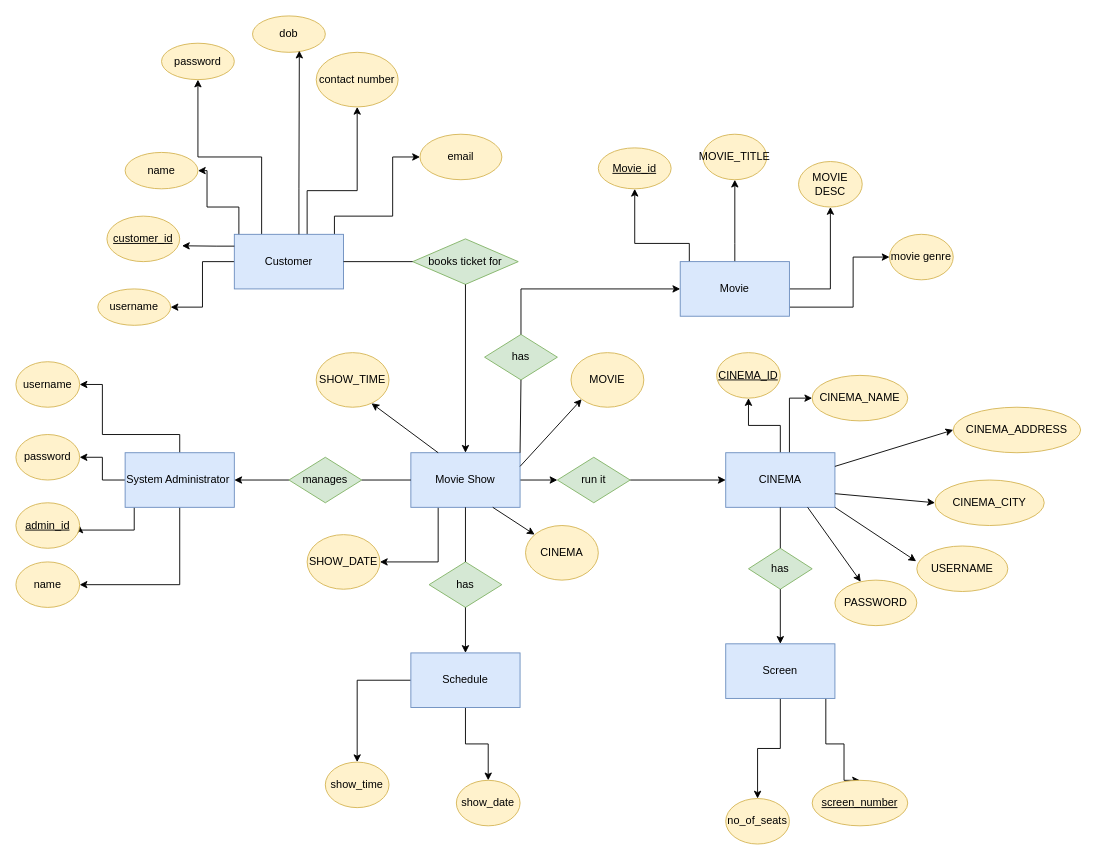
Earlier version of the draw.io diagram page "Page-2" (2 of 2) of usecase diagram.drawio (abhihksd/MovieBookingWebsite). Source tidied: cells renumbered, new cells numbered last; positions are measured from the earlier drawing's top-left corner, leaving out a move shared by most shapes. Both pictures are drawn from the tidied source at 91%, with x=0, y=0 at pixel (15, 15).
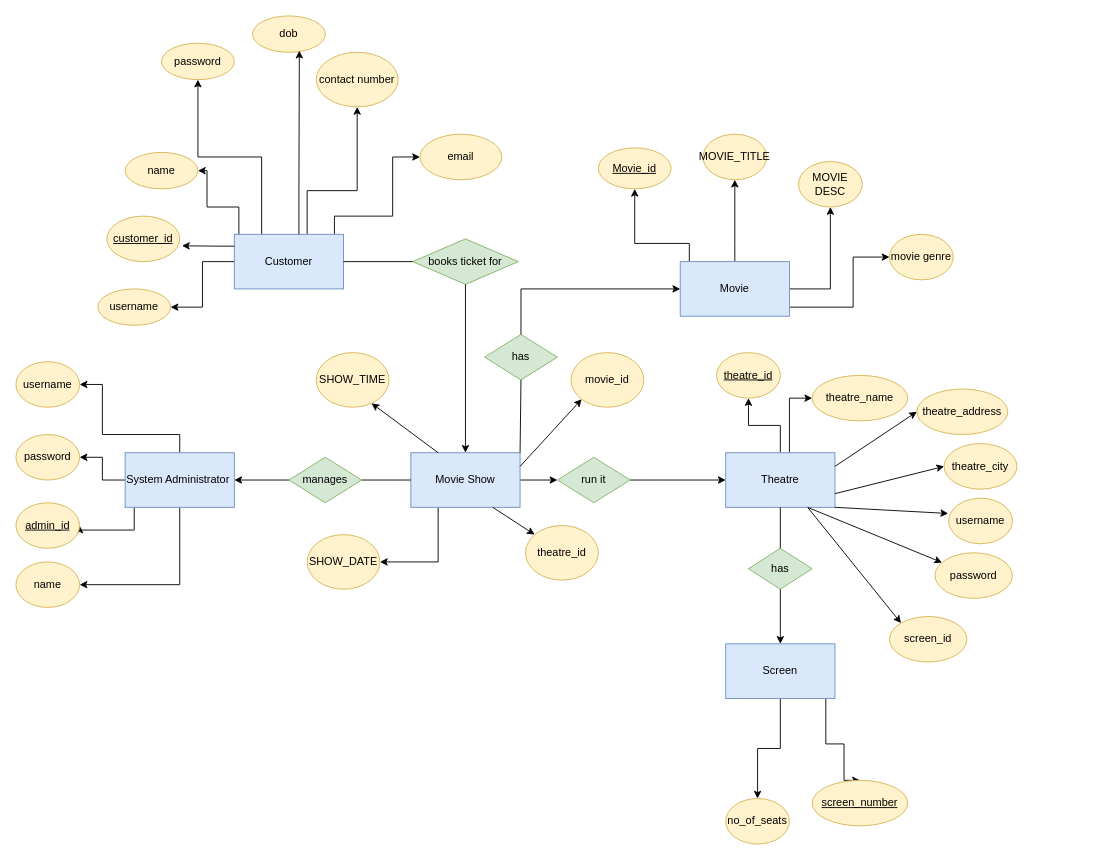
After the change.

The change refers to these unchanged cells:
```xml
<mxCell id="4" value="Movie Show" style="rounded=0;whiteSpace=wrap;html=1;fillColor=#dae8fc;strokeColor=#6c8ebf;" parent="1" vertex="1">
  <mxGeometry x="434" y="480" width="120" height="60" as="geometry" />
</mxCell>
```

What changed in the source:
```diff
@@
+    <mxCell id="85" style="rounded=0;jettySize=auto;html=1;exitX=0.75;exitY=1;exitDx=0;exitDy=0;entryX=0;entryY=0;entryDx=0;entryDy=0;" parent="1" edge="1" source="13" target="86">
+      <mxGeometry relative="1" as="geometry" />
+    </mxCell>
-    <mxCell id="13" value="CINEMA" style="rounded=0;whiteSpace=wrap;html=1;fillColor=#dae8fc;strokeColor=#6c8ebf;" parent="1" vertex="1">
+    <mxCell id="13" value="Theatre" style="rounded=0;whiteSpace=wrap;html=1;fillColor=#dae8fc;strokeColor=#6c8ebf;" parent="1" vertex="1">
       <mxGeometry x="780" y="480" width="120" height="60" as="geometry" />
     </mxCell>
-    <mxCell id="14" style="edgeStyle=orthogonalEdgeStyle;rounded=0;jettySize=auto;html=1;entryX=0.5;entryY=0;entryDx=0;entryDy=0;" parent="1" edge="1" source="16" target="57">
-      <mxGeometry relative="1" as="geometry" />
-    </mxCell>
-    <mxCell id="15" style="edgeStyle=orthogonalEdgeStyle;rounded=0;jettySize=auto;html=1;entryX=0.5;entryY=0;entryDx=0;entryDy=0;" parent="1" edge="1" source="16" target="58">
-      <mxGeometry relative="1" as="geometry" />
-    </mxCell>
-    <mxCell id="16" value="Schedule" style="rounded=0;whiteSpace=wrap;html=1;fillColor=#dae8fc;strokeColor=#6c8ebf;" parent="1" vertex="1">
-      <mxGeometry x="434" y="700" width="120" height="60" as="geometry" />
-    </mxCell>
@@
-    <mxCell id="29" value="has" style="rhombus;whiteSpace=wrap;html=1;fillColor=#d5e8d4;strokeColor=#82b366;" parent="1" vertex="1">
-      <mxGeometry x="454" y="600" width="80" height="50" as="geometry" />
-    </mxCell>
@@
-    <mxCell id="37" style="endArrow=none;html=1;rounded=0;entryX=0.5;entryY=1;entryDx=0;entryDy=0;exitX=0.5;exitY=0;exitDx=0;exitDy=0;" parent="1" edge="1" source="29" target="4">
-      <mxGeometry relative="1" as="geometry" />
-    </mxCell>
-    <mxCell id="38" style="endArrow=classic;html=1;rounded=0;exitX=0.5;exitY=1;exitDx=0;exitDy=0;" parent="1" edge="1" source="29" target="16">
-      <mxGeometry relative="1" as="geometry" />
-    </mxCell>
@@
-    <mxCell id="57" value="show_time" style="ellipse;whiteSpace=wrap;html=1;fillColor=#fff2cc;strokeColor=#d6b656;" parent="1" vertex="1">
-      <mxGeometry x="340" y="820" width="70" height="50" as="geometry" />
-    </mxCell>
-    <mxCell id="58" value="show_date" style="ellipse;whiteSpace=wrap;html=1;fillColor=#fff2cc;strokeColor=#d6b656;" parent="1" vertex="1">
-      <mxGeometry x="484" y="840" width="70" height="50" as="geometry" />
-    </mxCell>
@@
-    <mxCell id="61" value="&lt;u&gt;CINEMA_ID&lt;/u&gt;" style="ellipse;whiteSpace=wrap;html=1;fillColor=#fff2cc;strokeColor=#d6b656;" parent="1" vertex="1">
+    <mxCell id="61" value="&lt;u&gt;theatre_id&lt;/u&gt;" style="ellipse;whiteSpace=wrap;html=1;fillColor=#fff2cc;strokeColor=#d6b656;" parent="1" vertex="1">
       <mxGeometry x="770" y="370" width="70" height="50" as="geometry" />
     </mxCell>
-    <mxCell id="62" value="CINEMA_ADDRESS" style="ellipse;whiteSpace=wrap;html=1;fillColor=#fff2cc;strokeColor=#d6b656;" parent="1" vertex="1">
-      <mxGeometry x="1030" y="430" width="140" height="50" as="geometry" />
+    <mxCell id="62" value="theatre_address" style="ellipse;whiteSpace=wrap;html=1;fillColor=#fff2cc;strokeColor=#d6b656;" parent="1" vertex="1">
+      <mxGeometry x="990" y="410" width="100" height="50" as="geometry" />
     </mxCell>
-    <mxCell id="63" value="CINEMA_NAME" style="ellipse;whiteSpace=wrap;html=1;fillColor=#fff2cc;strokeColor=#d6b656;" parent="1" vertex="1">
+    <mxCell id="63" value="theatre_name" style="ellipse;whiteSpace=wrap;html=1;fillColor=#fff2cc;strokeColor=#d6b656;" parent="1" vertex="1">
       <mxGeometry x="875" y="395" width="105" height="50" as="geometry" />
     </mxCell>
@@
-    <mxCell id="66" value="CINEMA" style="ellipse;whiteSpace=wrap;html=1;fillColor=#fff2cc;strokeColor=#d6b656;" parent="1" vertex="1">
+    <mxCell id="66" value="theatre_id" style="ellipse;whiteSpace=wrap;html=1;fillColor=#fff2cc;strokeColor=#d6b656;" parent="1" vertex="1">
       <mxGeometry x="560" y="560" width="80" height="60" as="geometry" />
     </mxCell>
-    <mxCell id="67" value="MOVIE" style="ellipse;whiteSpace=wrap;html=1;fillColor=#fff2cc;strokeColor=#d6b656;" parent="1" vertex="1">
+    <mxCell id="67" value="movie_id" style="ellipse;whiteSpace=wrap;html=1;fillColor=#fff2cc;strokeColor=#d6b656;" parent="1" vertex="1">
       <mxGeometry x="610" y="370" width="80" height="60" as="geometry" />
     </mxCell>
@@
-    <mxCell id="70" value="CINEMA_CITY" style="ellipse;whiteSpace=wrap;html=1;fillColor=#fff2cc;strokeColor=#d6b656;" parent="1" vertex="1">
-      <mxGeometry x="1010" y="510" width="120" height="50" as="geometry" />
+    <mxCell id="70" value="theatre_city" style="ellipse;whiteSpace=wrap;html=1;fillColor=#fff2cc;strokeColor=#d6b656;" parent="1" vertex="1">
+      <mxGeometry x="1020" y="470" width="80" height="50" as="geometry" />
     </mxCell>
-    <mxCell id="71" value="USERNAME" style="ellipse;whiteSpace=wrap;html=1;fillColor=#fff2cc;strokeColor=#d6b656;" parent="1" vertex="1">
-      <mxGeometry x="990" y="582.5" width="100" height="50" as="geometry" />
+    <mxCell id="71" value="username" style="ellipse;whiteSpace=wrap;html=1;fillColor=#fff2cc;strokeColor=#d6b656;" parent="1" vertex="1">
+      <mxGeometry x="1025" y="530" width="70" height="50" as="geometry" />
     </mxCell>
-    <mxCell id="72" value="PASSWORD" style="ellipse;whiteSpace=wrap;html=1;fillColor=#fff2cc;strokeColor=#d6b656;" parent="1" vertex="1">
-      <mxGeometry x="900" y="620" width="90" height="50" as="geometry" />
+    <mxCell id="72" value="password" style="ellipse;whiteSpace=wrap;html=1;fillColor=#fff2cc;strokeColor=#d6b656;" parent="1" vertex="1">
+      <mxGeometry x="1010" y="590" width="85" height="50" as="geometry" />
     </mxCell>
@@
+    <mxCell id="86" value="screen_id" style="ellipse;whiteSpace=wrap;html=1;fillColor=#fff2cc;strokeColor=#d6b656;" parent="1" vertex="1">
+      <mxGeometry x="960" y="660" width="85" height="50" as="geometry" />
+    </mxCell>
```
